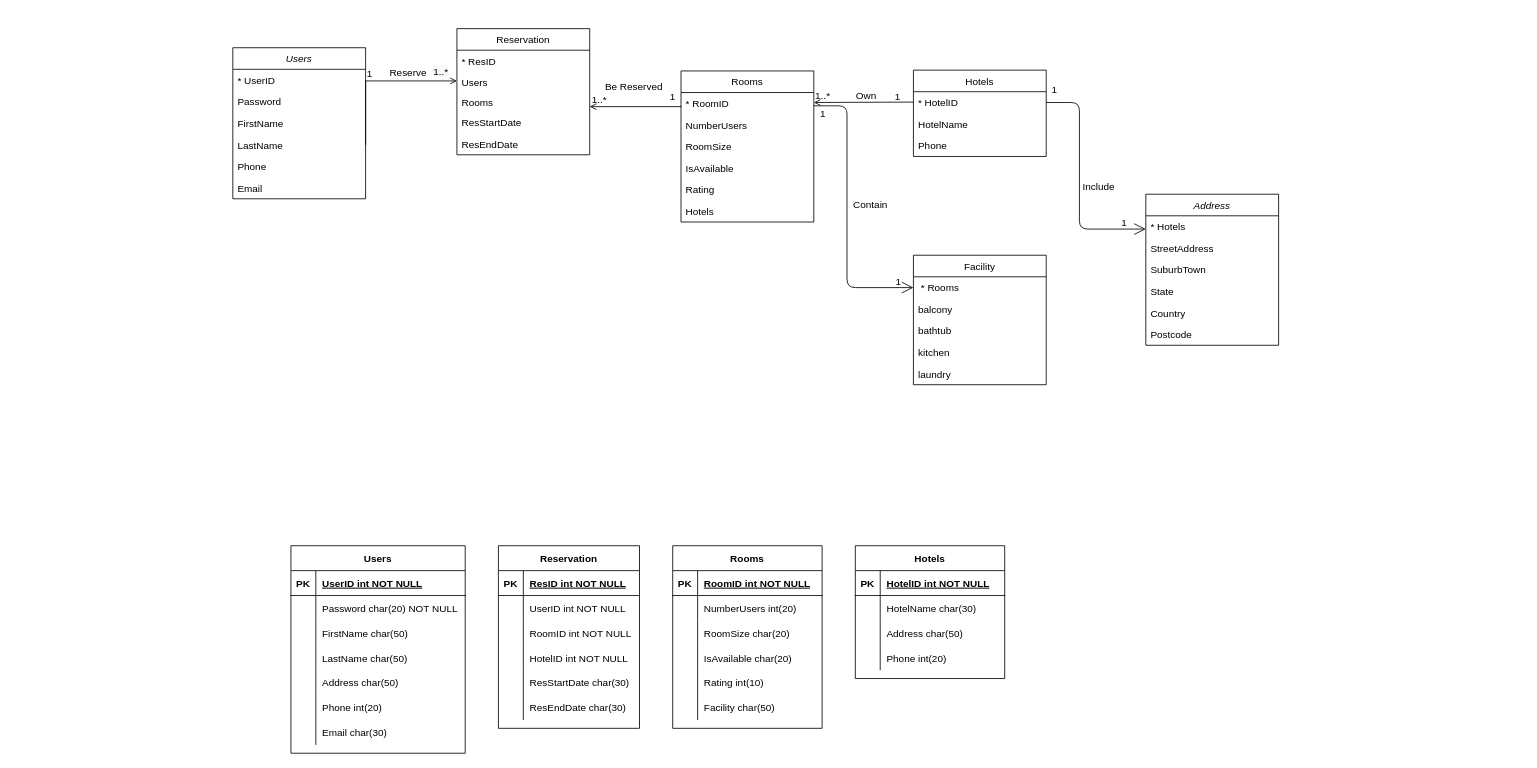
Before: Web_final_exam.drawio in Ziqi222/name.c, a draw.io diagram. Source tidied: cells renumbered, new cells numbered last; positions are measured from the earlier drawing's top-left corner, leaving out a move shared by most shapes. Both pictures are drawn from the tidied source at 83%, with x=0, y=0 at pixel (232, 14).
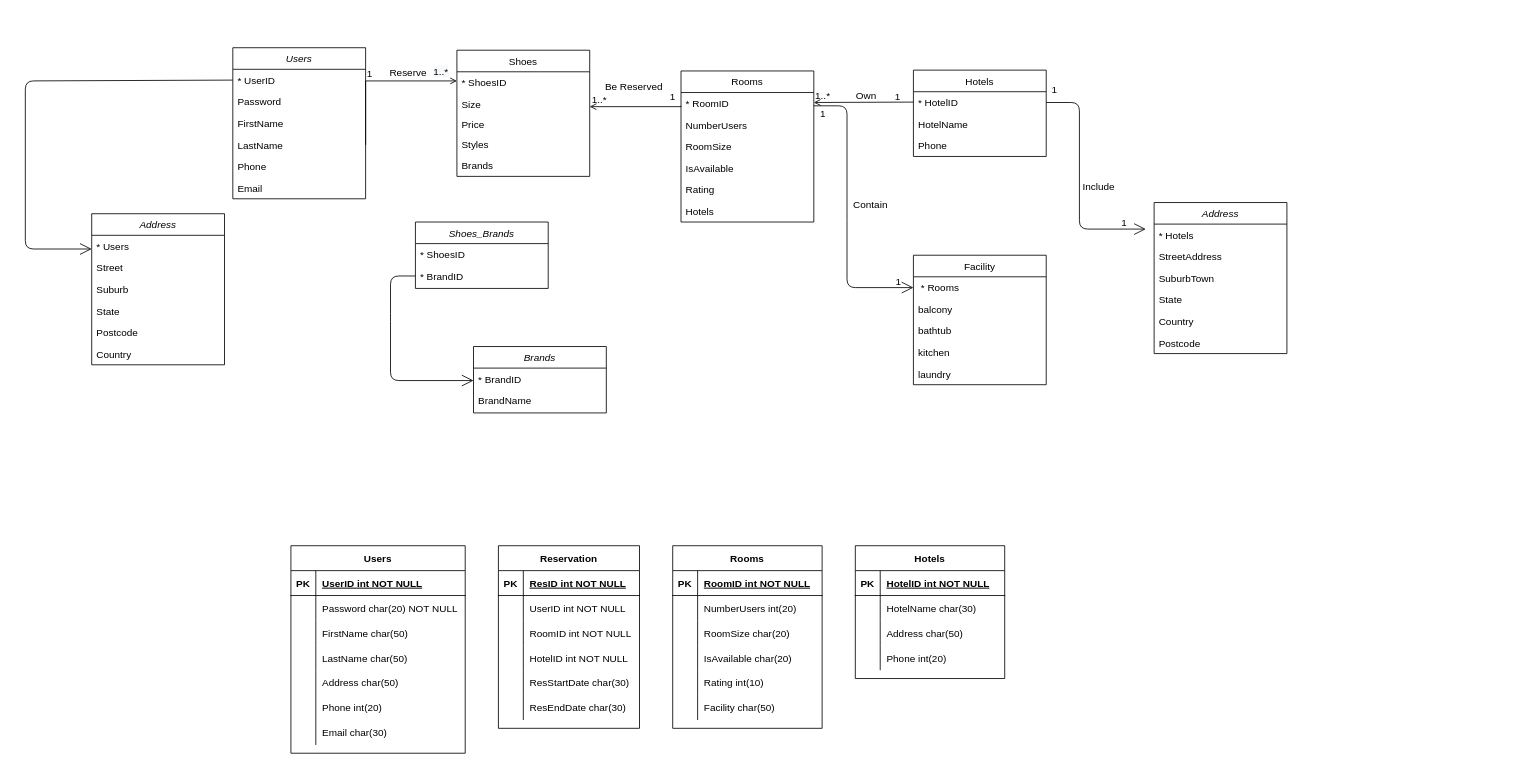
The same page after the edit.

Unchanged cells that the change refers to:
```xml
<mxCell id="3" value="* UserID" style="text;align=left;verticalAlign=top;spacingLeft=4;spacingRight=4;overflow=hidden;points=[[0,0.5],[1,0.5]];portConstraint=eastwest;" parent="2" vertex="1">
  <mxGeometry y="26" width="160" height="26" as="geometry" />
</mxCell>
```

What changed in the source:
```diff
@@
-    <mxCell id="25" value="Reservation" style="swimlane;fontStyle=0;align=center;verticalAlign=top;horizontal=1;startSize=26;rounded=0;shadow=0;strokeWidth=1;" parent="1" vertex="1">
-      <mxGeometry x="270" y="17" width="160" height="152" as="geometry" />
+    <mxCell id="25" value="Shoes" style="swimlane;fontStyle=0;align=center;verticalAlign=top;horizontal=1;startSize=26;rounded=0;shadow=0;strokeWidth=1;" parent="1" vertex="1">
+      <mxGeometry x="270" y="43" width="160" height="152" as="geometry" />
     </mxCell>
-    <mxCell id="26" value="* ResID" style="text;align=left;verticalAlign=top;spacingLeft=4;spacingRight=4;overflow=hidden;" parent="25" vertex="1">
+    <mxCell id="26" value="* ShoesID" style="text;align=left;verticalAlign=top;spacingLeft=4;spacingRight=4;overflow=hidden;" parent="25" vertex="1">
       <mxGeometry y="26" width="160" height="26" as="geometry" />
     </mxCell>
-    <mxCell id="27" value="Users" style="text;align=left;verticalAlign=top;spacingLeft=4;spacingRight=4;overflow=hidden;rounded=0;shadow=0;html=0;" parent="25" vertex="1">
+    <mxCell id="27" value="Size" style="text;align=left;verticalAlign=top;spacingLeft=4;spacingRight=4;overflow=hidden;rounded=0;shadow=0;html=0;" parent="25" vertex="1">
       <mxGeometry y="52" width="160" height="24" as="geometry" />
     </mxCell>
-    <mxCell id="28" value="Rooms" style="text;align=left;verticalAlign=top;spacingLeft=4;spacingRight=4;overflow=hidden;rounded=0;shadow=0;html=0;" parent="25" vertex="1">
+    <mxCell id="28" value="Price" style="text;align=left;verticalAlign=top;spacingLeft=4;spacingRight=4;overflow=hidden;rounded=0;shadow=0;html=0;" parent="25" vertex="1">
       <mxGeometry y="76" width="160" height="24" as="geometry" />
     </mxCell>
-    <mxCell id="29" value="ResStartDate" style="text;align=left;verticalAlign=top;spacingLeft=4;spacingRight=4;overflow=hidden;rounded=0;shadow=0;html=0;" parent="25" vertex="1">
+    <mxCell id="29" value="Styles" style="text;align=left;verticalAlign=top;spacingLeft=4;spacingRight=4;overflow=hidden;rounded=0;shadow=0;html=0;" parent="25" vertex="1">
       <mxGeometry y="100" width="160" height="26" as="geometry" />
     </mxCell>
-    <mxCell id="30" value="ResEndDate" style="text;align=left;verticalAlign=top;spacingLeft=4;spacingRight=4;overflow=hidden;rounded=0;shadow=0;html=0;" parent="25" vertex="1">
+    <mxCell id="30" value="Brands" style="text;align=left;verticalAlign=top;spacingLeft=4;spacingRight=4;overflow=hidden;rounded=0;shadow=0;html=0;" parent="25" vertex="1">
       <mxGeometry y="126" width="160" height="26" as="geometry" />
     </mxCell>
@@
     <mxCell id="121" value="Address" style="swimlane;fontStyle=2;align=center;verticalAlign=top;horizontal=1;startSize=26;rounded=0;shadow=0;strokeWidth=1;" parent="1" vertex="1">
-      <mxGeometry x="1100" y="216.5" width="160" height="182" as="geometry" />
+      <mxGeometry x="-170" y="240" width="160" height="182" as="geometry" />
     </mxCell>
-    <mxCell id="122" value="* Hotels" style="text;align=left;verticalAlign=top;spacingLeft=4;spacingRight=4;overflow=hidden;" parent="121" vertex="1">
+    <mxCell id="122" value="* Users" style="text;align=left;verticalAlign=top;spacingLeft=4;spacingRight=4;overflow=hidden;" parent="121" vertex="1">
       <mxGeometry y="26" width="160" height="26" as="geometry" />
     </mxCell>
-    <mxCell id="123" value="StreetAddress" style="text;align=left;verticalAlign=top;spacingLeft=4;spacingRight=4;overflow=hidden;rounded=0;shadow=0;html=0;" parent="121" vertex="1">
+    <mxCell id="123" value="Street" style="text;align=left;verticalAlign=top;spacingLeft=4;spacingRight=4;overflow=hidden;rounded=0;shadow=0;html=0;" parent="121" vertex="1">
       <mxGeometry y="52" width="160" height="26" as="geometry" />
     </mxCell>
-    <mxCell id="124" value="SuburbTown" style="text;align=left;verticalAlign=top;spacingLeft=4;spacingRight=4;overflow=hidden;rounded=0;shadow=0;html=0;" parent="121" vertex="1">
+    <mxCell id="124" value="Suburb" style="text;align=left;verticalAlign=top;spacingLeft=4;spacingRight=4;overflow=hidden;rounded=0;shadow=0;html=0;" parent="121" vertex="1">
       <mxGeometry y="78" width="160" height="26" as="geometry" />
     </mxCell>
@@
+    <mxCell id="127" value="Postcode" style="text;align=left;verticalAlign=top;spacingLeft=4;spacingRight=4;overflow=hidden;rounded=0;shadow=0;html=0;" parent="121" vertex="1">
+      <mxGeometry y="130" width="160" height="26" as="geometry" />
+    </mxCell>
     <mxCell id="126" value="Country" style="text;align=left;verticalAlign=top;spacingLeft=4;spacingRight=4;overflow=hidden;rounded=0;shadow=0;html=0;" parent="121" vertex="1">
-      <mxGeometry y="130" width="160" height="26" as="geometry" />
+      <mxGeometry y="156" width="160" height="26" as="geometry" />
     </mxCell>
-    <mxCell id="127" value="Postcode" style="text;align=left;verticalAlign=top;spacingLeft=4;spacingRight=4;overflow=hidden;rounded=0;shadow=0;html=0;" parent="121" vertex="1">
-      <mxGeometry y="156" width="160" height="26" as="geometry" />
-    </mxCell>
@@
+    <mxCell id="133" value="Address" style="swimlane;fontStyle=2;align=center;verticalAlign=top;horizontal=1;startSize=26;rounded=0;shadow=0;strokeWidth=1;" parent="1" vertex="1">
+      <mxGeometry x="1110" y="226.5" width="160" height="182" as="geometry" />
+    </mxCell>
+    <mxCell id="134" value="* Hotels" style="text;align=left;verticalAlign=top;spacingLeft=4;spacingRight=4;overflow=hidden;" parent="133" vertex="1">
+      <mxGeometry y="26" width="160" height="26" as="geometry" />
+    </mxCell>
+    <mxCell id="135" value="StreetAddress" style="text;align=left;verticalAlign=top;spacingLeft=4;spacingRight=4;overflow=hidden;rounded=0;shadow=0;html=0;" parent="133" vertex="1">
+      <mxGeometry y="52" width="160" height="26" as="geometry" />
+    </mxCell>
+    <mxCell id="136" value="SuburbTown" style="text;align=left;verticalAlign=top;spacingLeft=4;spacingRight=4;overflow=hidden;rounded=0;shadow=0;html=0;" parent="133" vertex="1">
+      <mxGeometry y="78" width="160" height="26" as="geometry" />
+    </mxCell>
+    <mxCell id="137" value="State" style="text;align=left;verticalAlign=top;spacingLeft=4;spacingRight=4;overflow=hidden;rounded=0;shadow=0;html=0;" parent="133" vertex="1">
+      <mxGeometry y="104" width="160" height="26" as="geometry" />
+    </mxCell>
+    <mxCell id="138" value="Country" style="text;align=left;verticalAlign=top;spacingLeft=4;spacingRight=4;overflow=hidden;rounded=0;shadow=0;html=0;" parent="133" vertex="1">
+      <mxGeometry y="130" width="160" height="26" as="geometry" />
+    </mxCell>
+    <mxCell id="139" value="Postcode" style="text;align=left;verticalAlign=top;spacingLeft=4;spacingRight=4;overflow=hidden;rounded=0;shadow=0;html=0;" parent="133" vertex="1">
+      <mxGeometry y="156" width="160" height="26" as="geometry" />
+    </mxCell>
+    <mxCell id="140" style="endArrow=open;endFill=1;endSize=12;html=1;exitX=0;exitY=0.5;exitDx=0;exitDy=0;entryX=0;entryY=0.5;entryDx=0;entryDy=0;" parent="1" edge="1" source="3">
+      <mxGeometry relative="1" as="geometry">
+        <mxPoint x="-170" y="282.5" as="targetPoint" />
+        <Array as="points">
+          <mxPoint x="-250" y="80" />
+          <mxPoint x="-250" y="282.5" />
+        </Array>
+      </mxGeometry>
+    </mxCell>
+    <mxCell id="141" value="Shoes_Brands" style="swimlane;fontStyle=2;align=center;verticalAlign=top;horizontal=1;startSize=26;rounded=0;shadow=0;strokeWidth=1;" parent="1" vertex="1">
+      <mxGeometry x="220" y="250" width="160" height="80" as="geometry" />
+    </mxCell>
+    <mxCell id="142" value="* ShoesID" style="text;align=left;verticalAlign=top;spacingLeft=4;spacingRight=4;overflow=hidden;" parent="141" vertex="1">
+      <mxGeometry y="26" width="160" height="26" as="geometry" />
+    </mxCell>
+    <mxCell id="143" value="* BrandID" style="text;align=left;verticalAlign=top;spacingLeft=4;spacingRight=4;overflow=hidden;points=[[0,0.5],[1,0.5]];portConstraint=eastwest;rounded=0;shadow=0;html=0;" parent="141" vertex="1">
+      <mxGeometry y="52" width="160" height="26" as="geometry" />
+    </mxCell>
+    <mxCell id="144" style="align=left;verticalAlign=bottom;labelBackgroundColor=none;fontSize=12;" parent="141" vertex="1">
+      <mxGeometry y="78" width="160" as="geometry">
+        <mxPoint x="-557" y="-108" as="offset" />
+      </mxGeometry>
+    </mxCell>
+    <mxCell id="145" value="Brands" style="swimlane;fontStyle=2;align=center;verticalAlign=top;horizontal=1;startSize=26;rounded=0;shadow=0;strokeWidth=1;" parent="1" vertex="1">
+      <mxGeometry x="290" y="400" width="160" height="80" as="geometry" />
+    </mxCell>
+    <mxCell id="146" value="* BrandID" style="text;align=left;verticalAlign=top;spacingLeft=4;spacingRight=4;overflow=hidden;" parent="145" vertex="1">
+      <mxGeometry y="26" width="160" height="26" as="geometry" />
+    </mxCell>
+    <mxCell id="147" value="BrandName" style="text;align=left;verticalAlign=top;spacingLeft=4;spacingRight=4;overflow=hidden;rounded=0;shadow=0;html=0;" parent="145" vertex="1">
+      <mxGeometry y="52" width="160" height="26" as="geometry" />
+    </mxCell>
+    <mxCell id="148" style="align=left;verticalAlign=bottom;labelBackgroundColor=none;fontSize=12;" parent="145" vertex="1">
+      <mxGeometry y="78" width="160" as="geometry">
+        <mxPoint x="-557" y="-108" as="offset" />
+      </mxGeometry>
+    </mxCell>
+    <mxCell id="149" style="endArrow=open;endFill=1;endSize=12;html=1;entryX=0;entryY=0.5;entryDx=0;entryDy=0;exitX=0;exitY=0.5;exitDx=0;exitDy=0;" parent="1" edge="1" source="143">
+      <mxGeometry relative="1" as="geometry">
+        <mxPoint x="290" y="441" as="targetPoint" />
+        <Array as="points">
+          <mxPoint x="190" y="315" />
+          <mxPoint x="190" y="360" />
+          <mxPoint x="190" y="441" />
+        </Array>
+      </mxGeometry>
+    </mxCell>
```
